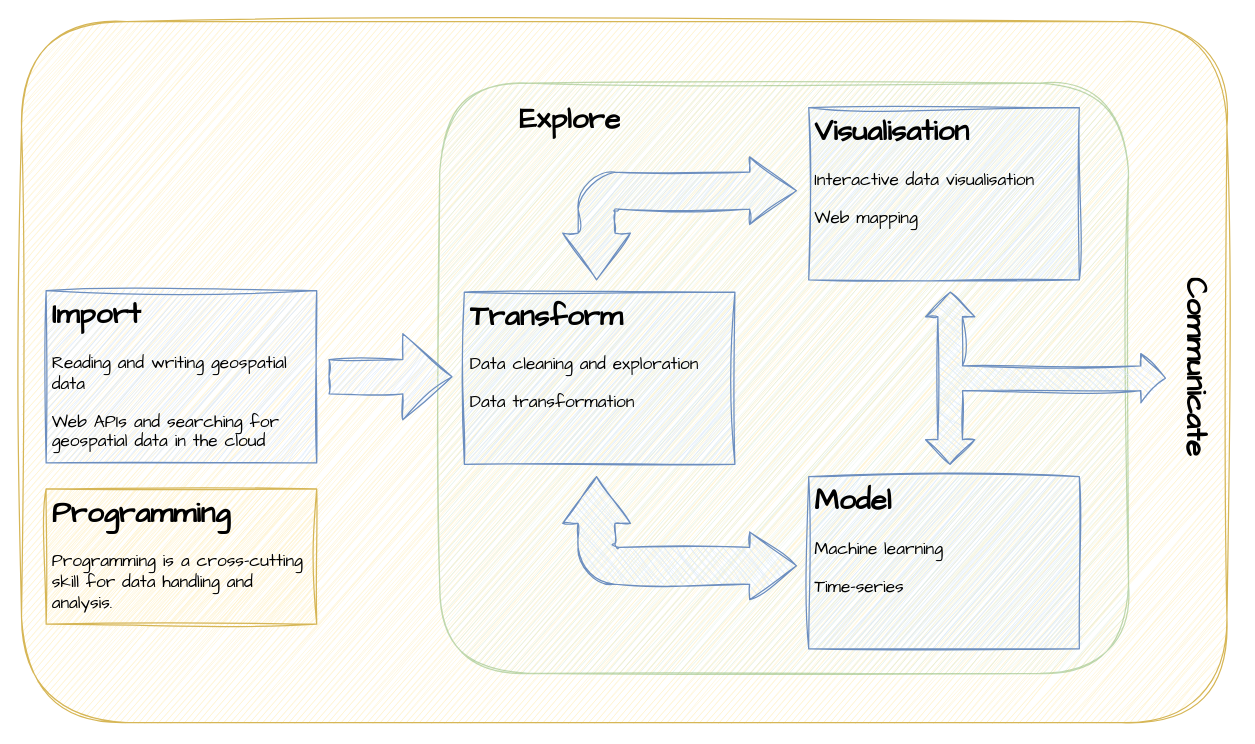
This is docs/img/data-science-outline.drawio from geog3300-agri3003/coursebook, a draw.io file, before an edit. Source tidied: cells renumbered, new cells numbered last; positions are measured from the earlier drawing's top-left corner, leaving out a move shared by most shapes. Both pictures are drawn from the tidied source at 123%, with x=0, y=0 at pixel (21, 21).
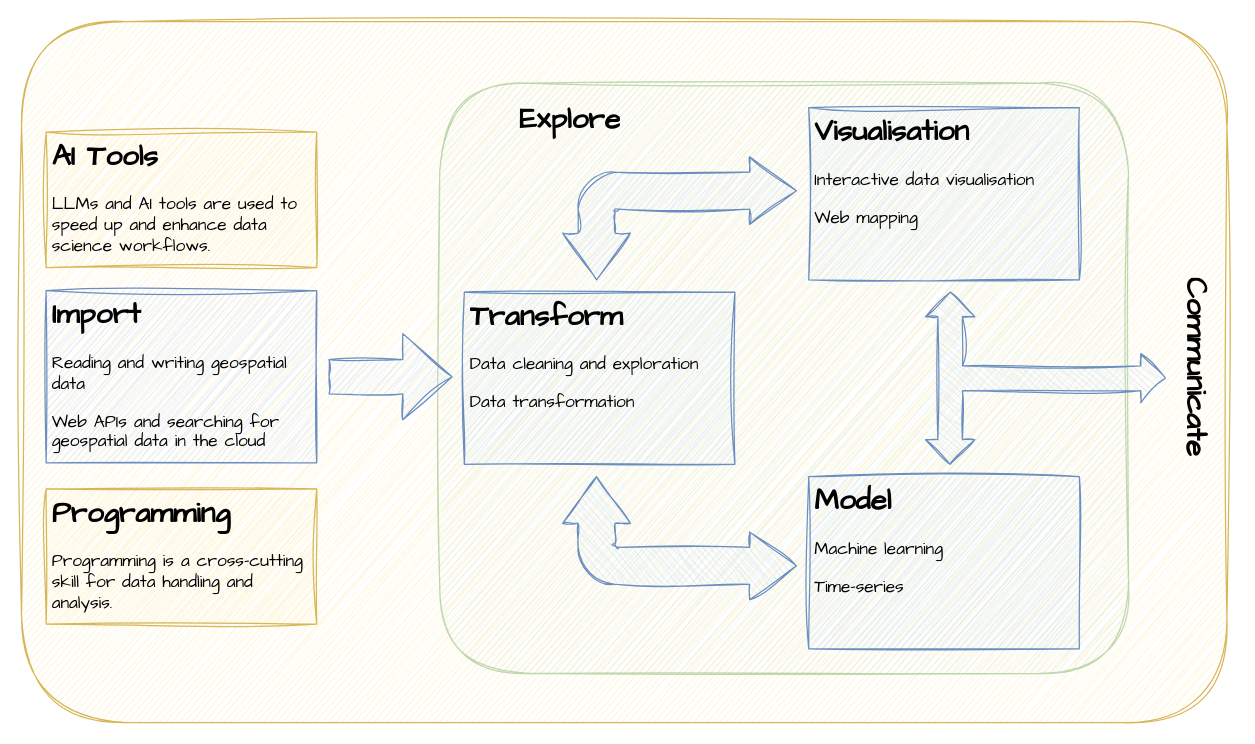
The same page after the edit.

Diff of the diagram source:
```diff
@@
 <mxGraphModel>
   <root>
     <mxCell id="0" />
     <mxCell id="1" parent="0" />
     <mxCell id="2" style="rounded=1;whiteSpace=wrap;html=1;fontSize=14;fillColor=#fff2cc;strokeColor=#d6b656;sketch=1;curveFitting=1;jiggle=2;fontFamily=Comic Sans MS;" parent="1" vertex="1">
       <mxGeometry width="980" height="570" as="geometry" />
     </mxCell>
     <mxCell id="3" style="rounded=1;whiteSpace=wrap;html=1;fontSize=14;fillColor=#d5e8d4;strokeColor=#82b366;opacity=50;sketch=1;curveFitting=1;jiggle=2;fontFamily=Comic Sans MS;" parent="1" vertex="1">
       <mxGeometry x="340" y="50" width="560" height="480" as="geometry" />
     </mxCell>
     <mxCell id="4" value="&lt;h1&gt;Import&lt;/h1&gt;&lt;p style=&quot;font-size: 14px&quot;&gt;&lt;font style=&quot;font-size: 14px&quot;&gt;Reading and writing geospatial data&lt;/font&gt;&lt;/p&gt;&lt;p style=&quot;font-size: 14px&quot;&gt;&lt;font style=&quot;font-size: 14px&quot;&gt;Web APIs and searching for geospatial data in the cloud&lt;/font&gt;&lt;/p&gt;" style="text;html=1;strokeColor=#6c8ebf;fillColor=#dae8fc;spacing=5;spacingTop=-20;whiteSpace=wrap;overflow=hidden;rounded=0;sketch=1;curveFitting=1;jiggle=2;fontFamily=Comic Sans MS;" parent="1" vertex="1">
       <mxGeometry x="20" y="218.8" width="220" height="140" as="geometry" />
     </mxCell>
     <mxCell id="5" value="&lt;h1&gt;Transform&lt;/h1&gt;&lt;p style=&quot;font-size: 14px&quot;&gt;&lt;font style=&quot;font-size: 14px&quot;&gt;Data cleaning and exploration&lt;/font&gt;&lt;/p&gt;&lt;p style=&quot;font-size: 14px&quot;&gt;&lt;font style=&quot;font-size: 14px&quot;&gt;Data transformation&lt;/font&gt;&lt;/p&gt;" style="text;html=1;strokeColor=#6c8ebf;fillColor=#dae8fc;spacing=5;spacingTop=-20;whiteSpace=wrap;overflow=hidden;rounded=0;sketch=1;curveFitting=1;jiggle=2;fontFamily=Comic Sans MS;" parent="1" vertex="1">
       <mxGeometry x="360" y="220" width="220" height="140" as="geometry" />
     </mxCell>
     <mxCell id="6" value="&lt;h1&gt;Visualisation&lt;/h1&gt;&lt;p style=&quot;font-size: 14px&quot;&gt;&lt;font style=&quot;font-size: 14px&quot;&gt;Interactive data visualisation&lt;/font&gt;&lt;/p&gt;&lt;p style=&quot;font-size: 14px&quot;&gt;&lt;font style=&quot;font-size: 14px&quot;&gt;Web mapping&lt;/font&gt;&lt;/p&gt;" style="text;html=1;strokeColor=#6c8ebf;fillColor=#dae8fc;spacing=5;spacingTop=-20;whiteSpace=wrap;overflow=hidden;rounded=0;sketch=1;curveFitting=1;jiggle=2;fontFamily=Comic Sans MS;" parent="1" vertex="1">
       <mxGeometry x="640" y="70" width="220" height="140" as="geometry" />
     </mxCell>
     <mxCell id="7" value="&lt;h1&gt;Model&lt;/h1&gt;&lt;p style=&quot;font-size: 14px&quot;&gt;&lt;font style=&quot;font-size: 14px&quot;&gt;Machine learning&lt;/font&gt;&lt;/p&gt;&lt;p style=&quot;font-size: 14px&quot;&gt;&lt;font style=&quot;font-size: 14px&quot;&gt;Time-series&lt;/font&gt;&lt;/p&gt;" style="text;html=1;strokeColor=#6c8ebf;fillColor=#dae8fc;spacing=5;spacingTop=-20;whiteSpace=wrap;overflow=hidden;rounded=0;sketch=1;curveFitting=1;jiggle=2;fontFamily=Comic Sans MS;" parent="1" vertex="1">
       <mxGeometry x="640" y="370" width="220" height="140" as="geometry" />
     </mxCell>
     <mxCell id="8" style="html=1;shadow=0;dashed=0;align=center;verticalAlign=middle;shape=mxgraph.arrows2.bendDoubleArrow;dy=15;dx=38;arrowHead=55;rounded=1;fontSize=14;fillColor=#dae8fc;strokeColor=#6c8ebf;sketch=1;curveFitting=1;jiggle=2;fontFamily=Comic Sans MS;" parent="1" vertex="1">
       <mxGeometry x="440" y="110" width="190" height="100" as="geometry" />
     </mxCell>
     <mxCell id="9" style="html=1;shadow=0;dashed=0;align=center;verticalAlign=middle;shape=mxgraph.arrows2.bendDoubleArrow;dy=15;dx=38;arrowHead=55;rounded=1;fontSize=14;rotation=-180;flipH=1;fillColor=#dae8fc;strokeColor=#6c8ebf;sketch=1;curveFitting=1;jiggle=2;fontFamily=Comic Sans MS;" parent="1" vertex="1">
       <mxGeometry x="440" y="370" width="190" height="100" as="geometry" />
     </mxCell>
     <mxCell id="10" style="html=1;shadow=0;dashed=0;align=center;verticalAlign=middle;shape=mxgraph.arrows2.arrow;dy=0.6;dx=40;notch=0;fontSize=14;fillColor=#dae8fc;strokeColor=#6c8ebf;sketch=1;curveFitting=1;jiggle=2;fontFamily=Comic Sans MS;" parent="1" vertex="1">
       <mxGeometry x="250" y="253.8" width="100" height="70" as="geometry" />
     </mxCell>
     <mxCell id="11" value="&lt;h1&gt;Programming&lt;/h1&gt;&lt;div style=&quot;font-size: 14px&quot;&gt;Programming is a cross-cutting skill for data handling and analysis.&lt;/div&gt;" style="text;html=1;strokeColor=#d6b656;fillColor=#fff2cc;spacing=5;spacingTop=-20;whiteSpace=wrap;overflow=hidden;rounded=0;sketch=1;curveFitting=1;jiggle=2;fontFamily=Comic Sans MS;" parent="1" vertex="1">
       <mxGeometry x="20" y="380" width="220" height="110" as="geometry" />
     </mxCell>
     <mxCell id="12" value="&lt;h1&gt;Explore&lt;/h1&gt;" style="text;html=1;strokeColor=none;fillColor=none;spacing=5;spacingTop=-20;whiteSpace=wrap;overflow=hidden;rounded=0;sketch=1;curveFitting=1;jiggle=2;fontFamily=Comic Sans MS;" parent="1" vertex="1">
       <mxGeometry x="400" y="60" width="100" height="40" as="geometry" />
     </mxCell>
     <mxCell id="13" style="html=1;shadow=0;dashed=0;align=center;verticalAlign=middle;shape=mxgraph.arrows2.triadArrow;dy=10;dx=20;arrowHead=40;fontSize=14;fillColor=#dae8fc;rotation=90;strokeColor=#6c8ebf;sketch=1;curveFitting=1;jiggle=2;fontFamily=Comic Sans MS;" parent="1" vertex="1">
       <mxGeometry x="762.5" y="192.5" width="140" height="195" as="geometry" />
     </mxCell>
     <mxCell id="14" value="&lt;h1&gt;Communicate&lt;/h1&gt;" style="text;html=1;strokeColor=none;fillColor=none;spacing=5;spacingTop=-20;whiteSpace=wrap;overflow=hidden;rounded=0;rotation=90;sketch=1;curveFitting=1;jiggle=2;fontFamily=Comic Sans MS;" parent="1" vertex="1">
       <mxGeometry x="870" y="268.8" width="170" height="40" as="geometry" />
     </mxCell>
+    <mxCell id="15" value="&lt;h1&gt;AI Tools&lt;/h1&gt;&lt;div style=&quot;font-size: 14px&quot;&gt;LLMs and AI tools are used to speed up and enhance data science workflows.&lt;/div&gt;" style="text;html=1;strokeColor=#d6b656;fillColor=#fff2cc;spacing=5;spacingTop=-20;whiteSpace=wrap;overflow=hidden;rounded=0;sketch=1;curveFitting=1;jiggle=2;fontFamily=Comic Sans MS;" parent="1" vertex="1">
+      <mxGeometry x="20" y="90" width="220" height="110" as="geometry" />
+    </mxCell>
   </root>
 </mxGraphModel>
```
